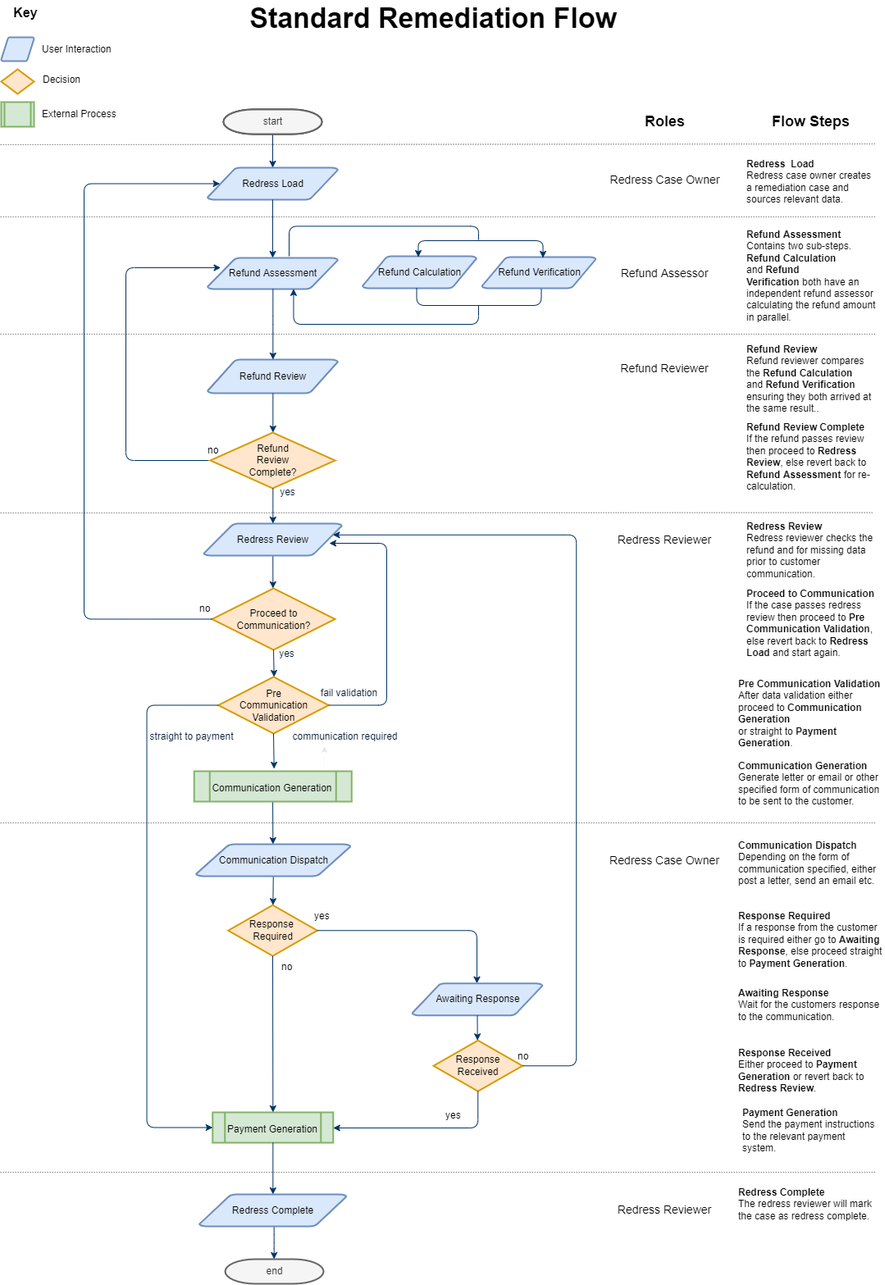
Before: readme-images/StandardRemediationFlow.png, a diagram exported from draw.io (grantcolley/headway). Source tidied: cells renumbered, new cells last; positions are measured from the earlier drawing's top-left corner, leaving out a move shared by most shapes.
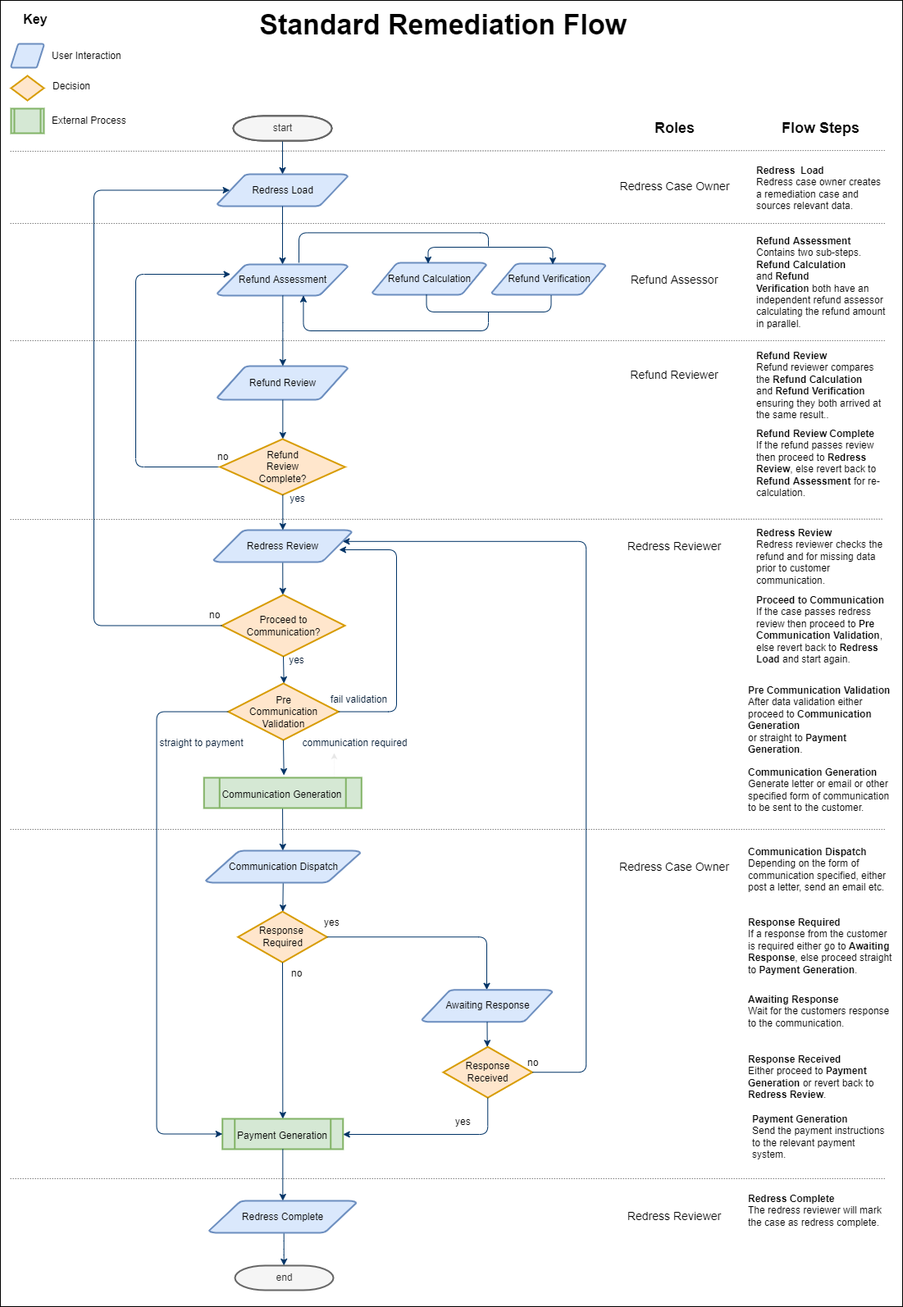
Above is the later version.

What changed in the source:
```diff
@@ -2,6 +2,9 @@
   <root>
     <mxCell id="0" />
     <mxCell id="1" parent="0" />
+    <mxCell id="95" style="rounded=0;whiteSpace=wrap;html=1;fontSize=34;" parent="1" vertex="1">
+      <mxGeometry x="-12" y="-8" width="1100" height="1593" as="geometry" />
+    </mxCell>
     <mxCell id="2" value="start" style="shape=mxgraph.flowchart.terminator;strokeWidth=2;gradientColor=none;gradientDirection=north;fontStyle=0;html=1;" parent="1" vertex="1">
       <mxGeometry x="272" y="133" width="120" height="30" as="geometry" />
     </mxCell>
```
